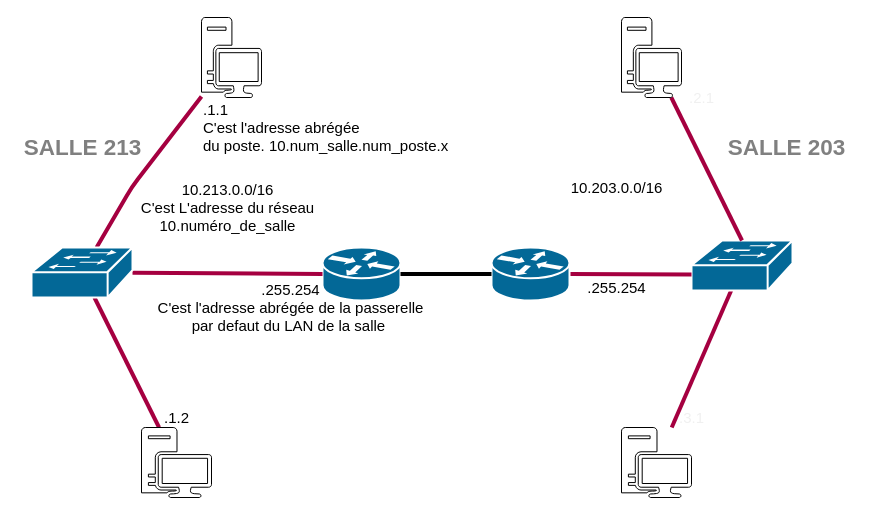
Above: lan.drawio in pushou/presae12 (draw.io), before the change. Source tidied: cells renumbered, new cells numbered last; positions are measured from the earlier drawing's top-left corner, leaving out a move shared by most shapes. Both pictures are drawn from the tidied source at 100%, with x=0, y=0 at pixel (17, 17).
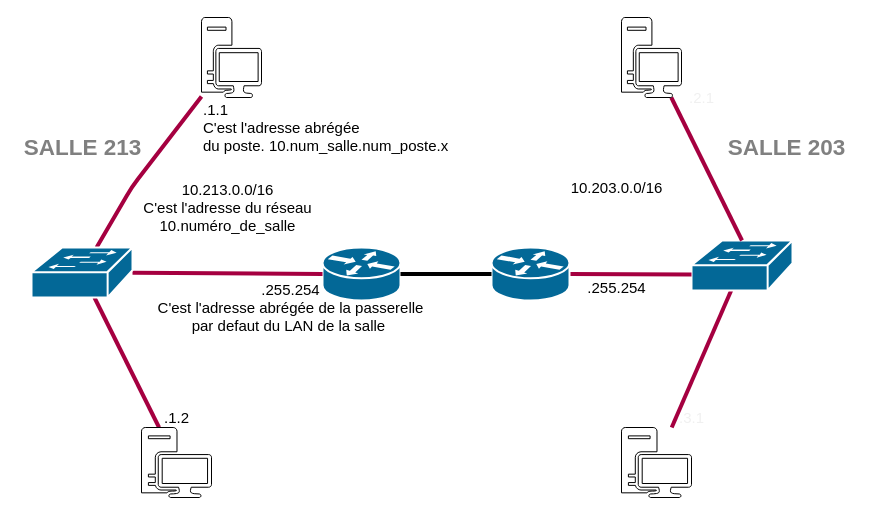
The same page after the edit.

Change to the diagram source:
```diff
@@
-    <mxCell id="20" value="10.213.0.0/16&lt;br&gt;C'est L'adresse du réseau&lt;br&gt;10.numéro_de_salle" style="text;html=1;align=center;verticalAlign=middle;strokeColor=none;fontSize=15;" parent="1" vertex="1">
-      <mxGeometry x="115" y="160" width="190" height="60" as="geometry" />
+    <mxCell id="20" value="10.213.0.0/16&lt;br&gt;C'est l'adresse du réseau&lt;br&gt;10.numéro_de_salle" style="text;html=1;align=center;verticalAlign=middle;strokeColor=none;fontSize=15;" parent="1" vertex="1">
+      <mxGeometry x="120" y="160" width="180" height="60" as="geometry" />
     </mxCell>
```
